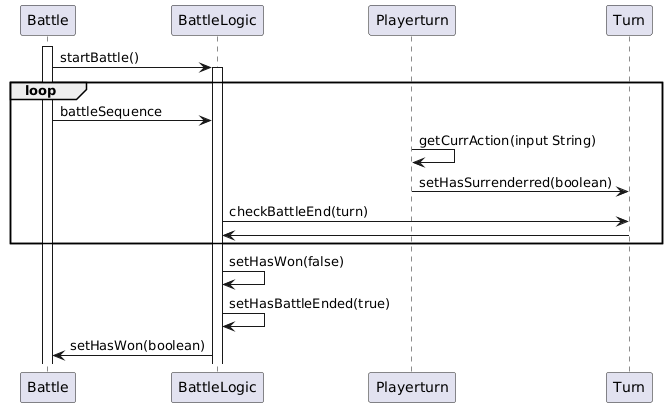
The PlantUML diagram docs/uml_image/fleeSequence.png in zavsky/tp, before a commit.
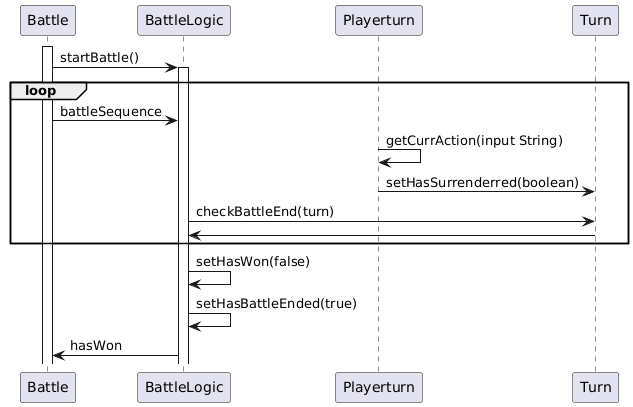
The same file after the commit.

Commit message:
update uml diagram

Diff of the diagram source:
```diff
@@ -15,5 +15,5 @@
 end
 BattleLogic -> BattleLogic : setHasWon(false)
 BattleLogic -> BattleLogic : setHasBattleEnded(true)
-BattleLogic -> Battle : setHasWon(boolean)
+BattleLogic -> Battle : hasWon
 @enduml
```
